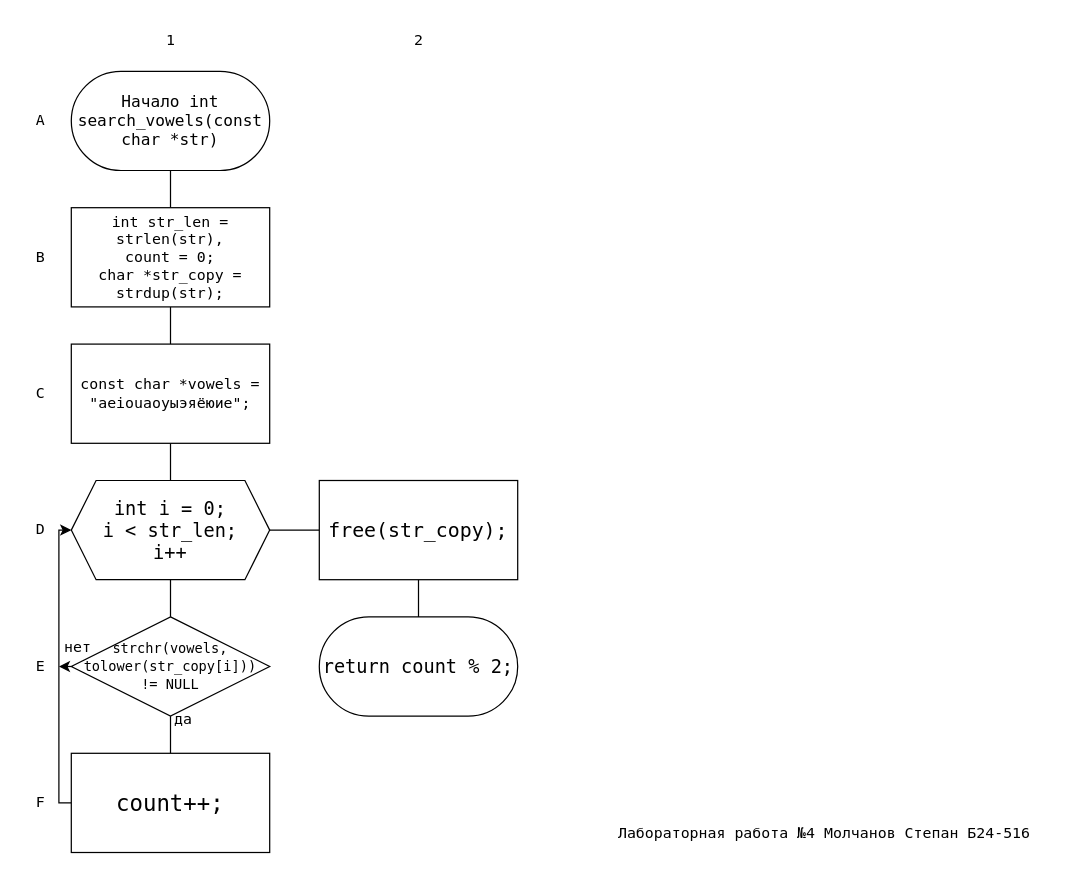
Before: page "search_vowels" (3 of 9) of lab4/flowchart.drawio in molchanov71/MEPhIflowcharts, a draw.io diagram. Source tidied: cells renumbered, new cells numbered last; positions are measured from the earlier drawing's top-left corner, leaving out a move shared by most shapes. Both pictures are drawn from the tidied source at 124%, with x=0, y=0 at pixel (21, 21).
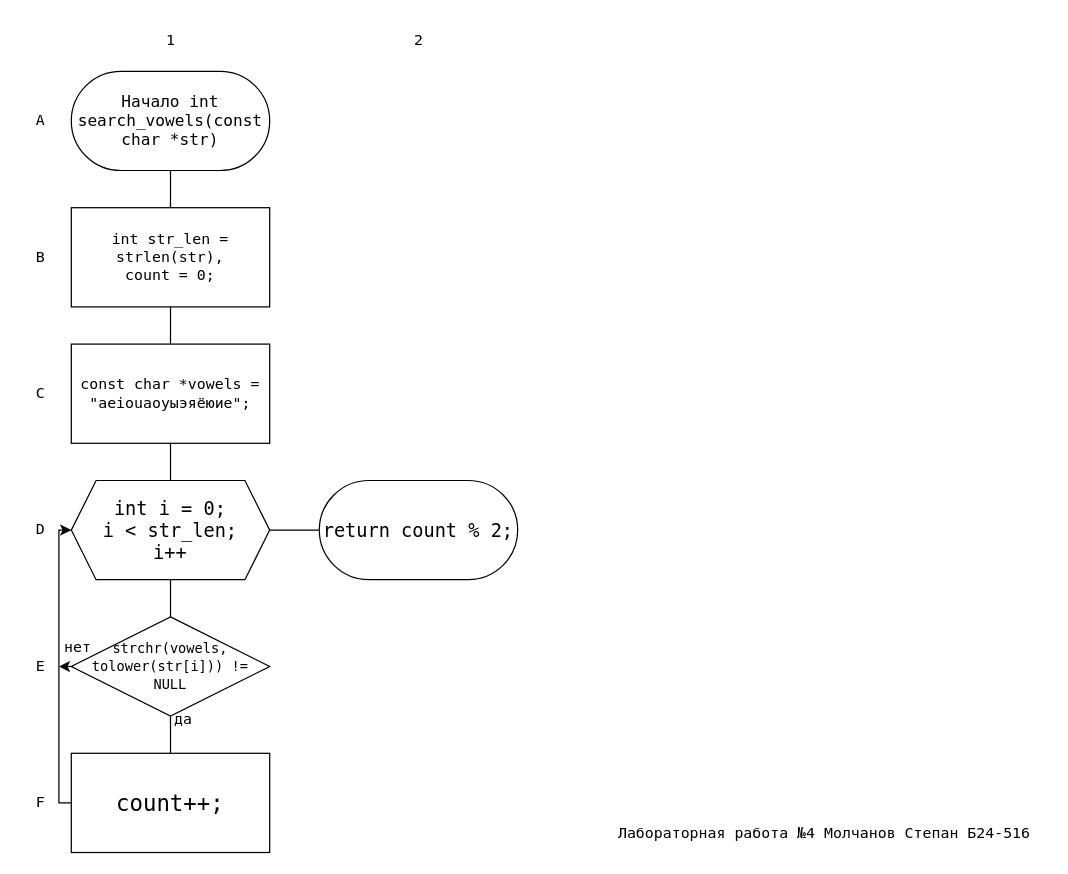
The same diagram, later.

The change refers to these unchanged cells:
```xml
<mxCell id="10" value="&lt;font style=&quot;font-size: 15px;&quot; face=&quot;Lucida Console&quot;&gt;int i = 0;&lt;br&gt;i &amp;lt; str_len;&lt;br&gt;i++&lt;/font&gt;" style="shape=hexagon;perimeter=hexagonPerimeter2;whiteSpace=wrap;html=1;fixedSize=1;" parent="1" vertex="1">
  <mxGeometry x="40" y="370" width="160" height="80" as="geometry" />
</mxCell>
```

Change to the diagram source:
```diff
@@
-    <mxCell id="5" value="&lt;font face=&quot;Lucida Console&quot;&gt;int str_len = strlen(str), &lt;br&gt;count = 0;&lt;br&gt;char *str_copy = strdup(str);&lt;/font&gt;" style="rounded=0;whiteSpace=wrap;html=1;" parent="1" vertex="1">
+    <mxCell id="5" value="&lt;font face=&quot;Lucida Console&quot;&gt;int str_len = strlen(str), &lt;br&gt;count = 0;&lt;/font&gt;" style="rounded=0;whiteSpace=wrap;html=1;" parent="1" vertex="1">
       <mxGeometry x="40" y="150" width="160" height="80" as="geometry" />
     </mxCell>
@@
-    <mxCell id="9" style="edgeStyle=orthogonalEdgeStyle;rounded=0;jettySize=auto;html=1;exitX=1;exitY=0.5;exitDx=0;exitDy=0;entryX=0;entryY=0.5;entryDx=0;entryDy=0;endArrow=none;endFill=0;" parent="1" edge="1" source="10" target="19">
-      <mxGeometry relative="1" as="geometry" />
+    <mxCell id="9" style="edgeStyle=orthogonalEdgeStyle;rounded=0;jettySize=auto;html=1;exitX=1;exitY=0.5;exitDx=0;exitDy=0;entryX=0;entryY=0.5;entryDx=0;entryDy=0;endArrow=none;endFill=0;" parent="1" edge="1" source="10">
+      <mxGeometry relative="1" as="geometry">
+        <mxPoint x="240" y="410" as="targetPoint" />
+      </mxGeometry>
     </mxCell>
@@
-    <mxCell id="13" value="&lt;font style=&quot;font-size: 11px;&quot; face=&quot;Lucida Console&quot;&gt;strchr(vowels, tolower(str_copy[i])) != NULL&lt;/font&gt;" style="rhombus;whiteSpace=wrap;html=1;" parent="1" vertex="1">
+    <mxCell id="13" value="&lt;font style=&quot;font-size: 11px;&quot; face=&quot;Lucida Console&quot;&gt;strchr(vowels, tolower(str[i])) != NULL&lt;/font&gt;" style="rhombus;whiteSpace=wrap;html=1;" parent="1" vertex="1">
       <mxGeometry x="40" y="480" width="160" height="80" as="geometry" />
     </mxCell>
@@
-    <mxCell id="18" style="edgeStyle=orthogonalEdgeStyle;rounded=0;jettySize=auto;html=1;exitX=0.5;exitY=1;exitDx=0;exitDy=0;entryX=0.5;entryY=0;entryDx=0;entryDy=0;endArrow=none;endFill=0;" parent="1" edge="1" source="19" target="20">
-      <mxGeometry relative="1" as="geometry" />
-    </mxCell>
-    <mxCell id="19" value="&lt;font style=&quot;font-size: 16px;&quot; face=&quot;Lucida Console&quot;&gt;free(str_copy);&lt;/font&gt;" style="rounded=0;whiteSpace=wrap;html=1;" parent="1" vertex="1">
-      <mxGeometry x="240" y="370" width="160" height="80" as="geometry" />
-    </mxCell>
     <mxCell id="20" value="&lt;font style=&quot;font-size: 15px;&quot; face=&quot;Lucida Console&quot;&gt;return count % 2;&lt;/font&gt;" style="rounded=1;whiteSpace=wrap;html=1;arcSize=50;" parent="1" vertex="1">
-      <mxGeometry x="240" y="480" width="160" height="80" as="geometry" />
+      <mxGeometry x="240" y="370" width="160" height="80" as="geometry" />
     </mxCell>
```
